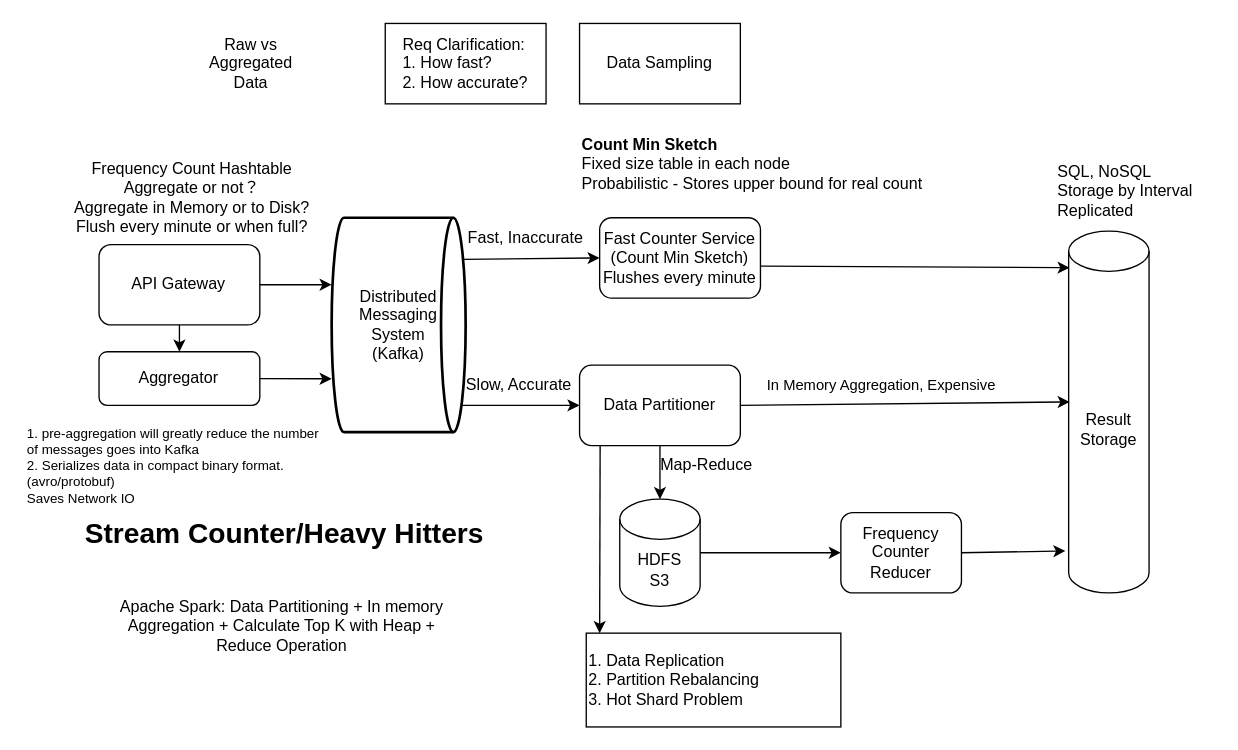
This is 4_TopK.drawio from xwq172677170/SysdDiagram, a draw.io file, before an edit. Source tidied: cells renumbered, new cells numbered last; positions are measured from the earlier drawing's top-left corner, leaving out a move shared by most shapes. Both pictures are drawn from the tidied source at 134%, with x=0, y=0 at pixel (23, 23).
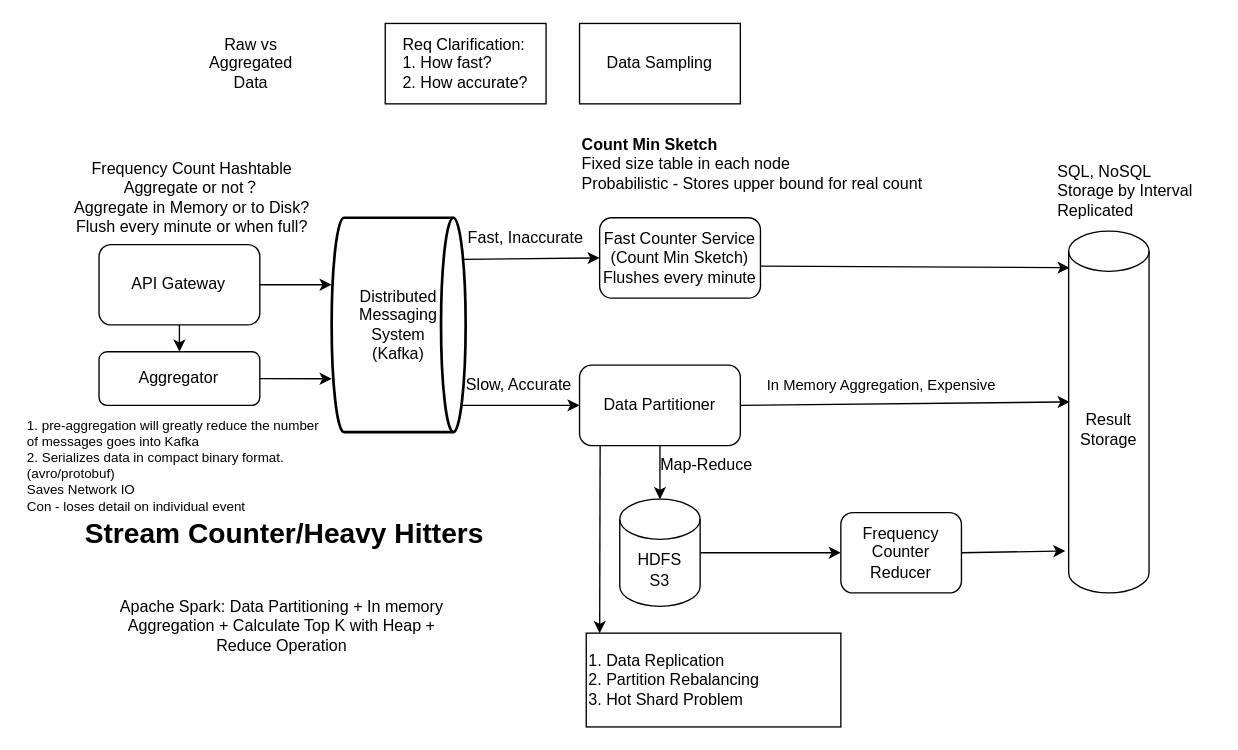
After the change.

Change to the diagram source:
```diff
@@
-    <mxCell id="17" value="1. pre-aggregation will greatly reduce the number of messages goes into Kafka&lt;br&gt;2. Serializes data in compact binary format.(avro/protobuf)&lt;br style=&quot;font-size: 10px;&quot;&gt;Saves Network IO" style="text;html=1;strokeColor=none;fillColor=none;align=left;verticalAlign=middle;whiteSpace=wrap;rounded=0;fontSize=10;" parent="1" vertex="1">
+    <mxCell id="17" value="1. pre-aggregation will greatly reduce the number of messages goes into Kafka&lt;br&gt;2. Serializes data in compact binary format.(avro/protobuf)&lt;br style=&quot;font-size: 10px;&quot;&gt;Saves Network IO&lt;br&gt;Con - loses detail on individual event" style="text;html=1;strokeColor=none;fillColor=none;align=left;verticalAlign=middle;whiteSpace=wrap;rounded=0;fontSize=10;" parent="1" vertex="1">
       <mxGeometry x="1.4" y="295" width="220" height="70" as="geometry" />
     </mxCell>
```
